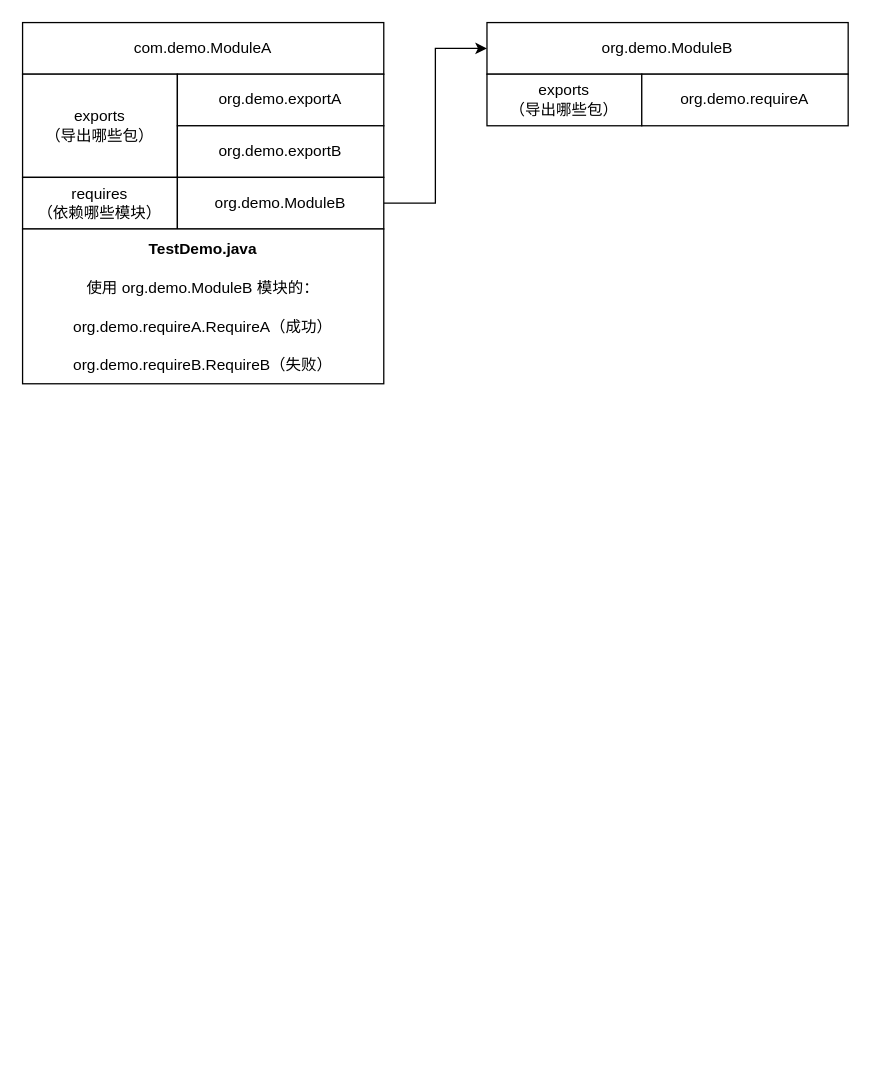
Above: Java 9 新特性：模块化/Java 9 新特性：模块化.drawio in zero-97/picture-of-the-article (draw.io), before the change. Source tidied: cells renumbered, new cells numbered last; positions are measured from the earlier drawing's top-left corner, leaving out a move shared by most shapes. Both pictures are drawn from the tidied source at 129%, with x=0, y=0 at pixel (22, 22).
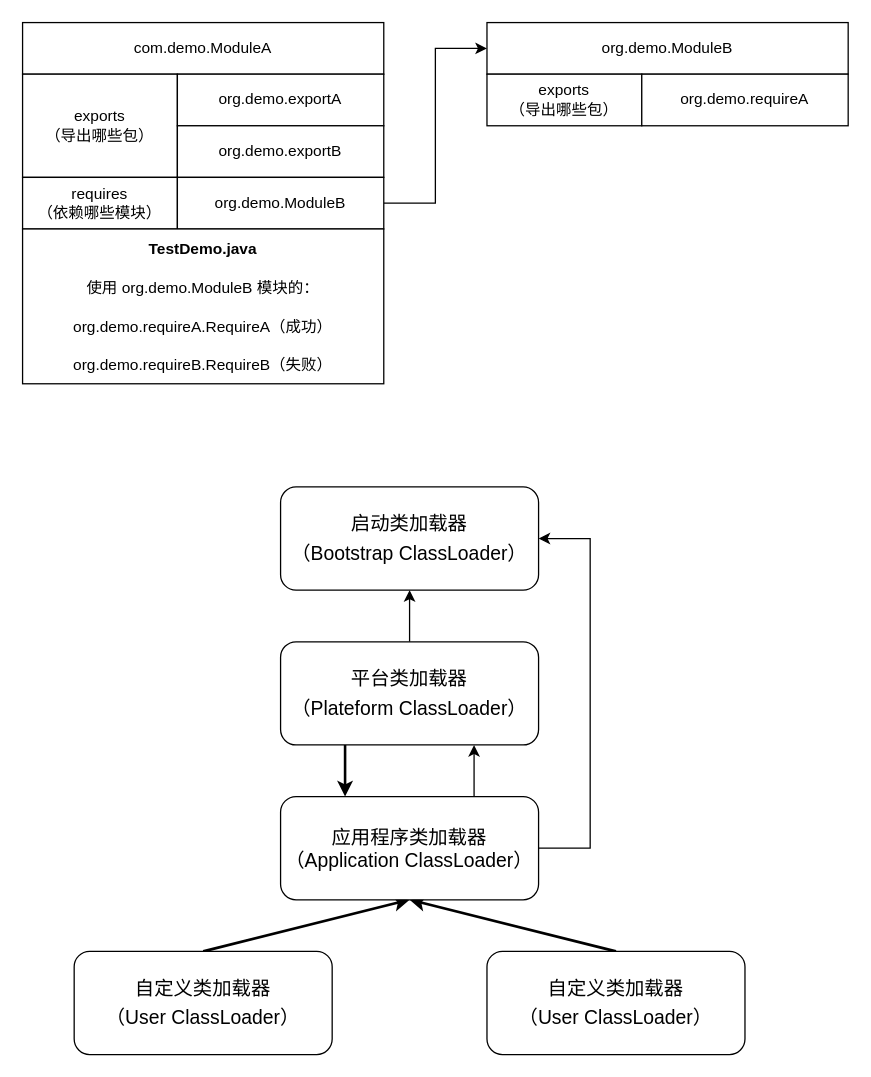
Above is the later version.

Commit message (it also covers changes not shown here):
Update Java 9 新特性：模块化.drawio

Change to the diagram source:
```diff
@@
+    <mxCell id="13" value="&lt;p style=&quot;line-height: 1.5&quot;&gt;启动类加载器&lt;br style=&quot;font-size: 15px&quot;&gt;（Bootstrap ClassLoader）&lt;/p&gt;" style="rounded=1;whiteSpace=wrap;html=1;fontSize=15;" parent="1" vertex="1">
+      <mxGeometry x="200" y="360" width="200" height="80" as="geometry" />
+    </mxCell>
+    <mxCell id="14" style="edgeStyle=orthogonalEdgeStyle;rounded=0;jettySize=auto;html=1;strokeWidth=2;fontSize=15;exitX=0.25;exitY=1;exitDx=0;exitDy=0;entryX=0.25;entryY=0;entryDx=0;entryDy=0;" parent="1" edge="1" source="16" target="21">
+      <mxGeometry relative="1" as="geometry" />
+    </mxCell>
+    <mxCell id="15" style="edgeStyle=orthogonalEdgeStyle;rounded=0;jettySize=auto;html=1;" parent="1" edge="1" source="16" target="13">
+      <mxGeometry relative="1" as="geometry" />
+    </mxCell>
+    <mxCell id="16" value="&lt;p style=&quot;line-height: 1.5&quot;&gt;平台类加载器&lt;br style=&quot;font-size: 15px&quot;&gt;（Plateform ClassLoader）&lt;/p&gt;" style="rounded=1;whiteSpace=wrap;html=1;fontSize=15;" parent="1" vertex="1">
+      <mxGeometry x="200" y="480" width="200" height="80" as="geometry" />
+    </mxCell>
+    <mxCell id="17" style="rounded=0;jettySize=auto;html=1;entryX=0.5;entryY=1;entryDx=0;entryDy=0;exitX=0.5;exitY=0;exitDx=0;exitDy=0;strokeWidth=2;fontSize=15;" parent="1" edge="1" source="22" target="21">
+      <mxGeometry relative="1" as="geometry" />
+    </mxCell>
+    <mxCell id="18" style="rounded=0;jettySize=auto;html=1;entryX=0.5;entryY=1;entryDx=0;entryDy=0;exitX=0.5;exitY=0;exitDx=0;exitDy=0;strokeWidth=2;fontSize=15;" parent="1" edge="1" source="23" target="21">
+      <mxGeometry relative="1" as="geometry" />
+    </mxCell>
+    <mxCell id="19" style="edgeStyle=orthogonalEdgeStyle;rounded=0;jettySize=auto;html=1;entryX=1;entryY=0.5;entryDx=0;entryDy=0;" parent="1" edge="1" source="21" target="13">
+      <mxGeometry relative="1" as="geometry">
+        <Array as="points">
+          <mxPoint x="440" y="640" />
+          <mxPoint x="440" y="400" />
+        </Array>
+      </mxGeometry>
+    </mxCell>
+    <mxCell id="20" style="edgeStyle=orthogonalEdgeStyle;rounded=0;jettySize=auto;html=1;entryX=0.75;entryY=1;entryDx=0;entryDy=0;exitX=0.75;exitY=0;exitDx=0;exitDy=0;" parent="1" edge="1" source="21" target="16">
+      <mxGeometry relative="1" as="geometry" />
+    </mxCell>
+    <mxCell id="21" value="应用程序类加载器&lt;br style=&quot;font-size: 15px;&quot;&gt;（Application ClassLoader）" style="rounded=1;whiteSpace=wrap;html=1;fontSize=15;" parent="1" vertex="1">
+      <mxGeometry x="200" y="600" width="200" height="80" as="geometry" />
+    </mxCell>
+    <mxCell id="22" value="&lt;p style=&quot;line-height: 1.5&quot;&gt;自定义类加载器&lt;br style=&quot;font-size: 15px&quot;&gt;（User ClassLoader）&lt;/p&gt;" style="rounded=1;whiteSpace=wrap;html=1;fontSize=15;" parent="1" vertex="1">
+      <mxGeometry x="40" y="720" width="200" height="80" as="geometry" />
+    </mxCell>
+    <mxCell id="23" value="&lt;p style=&quot;line-height: 1.5&quot;&gt;自定义类加载器&lt;br style=&quot;font-size: 15px&quot;&gt;（User ClassLoader）&lt;/p&gt;" style="rounded=1;whiteSpace=wrap;html=1;fontSize=15;" parent="1" vertex="1">
+      <mxGeometry x="360" y="720" width="200" height="80" as="geometry" />
+    </mxCell>
```
